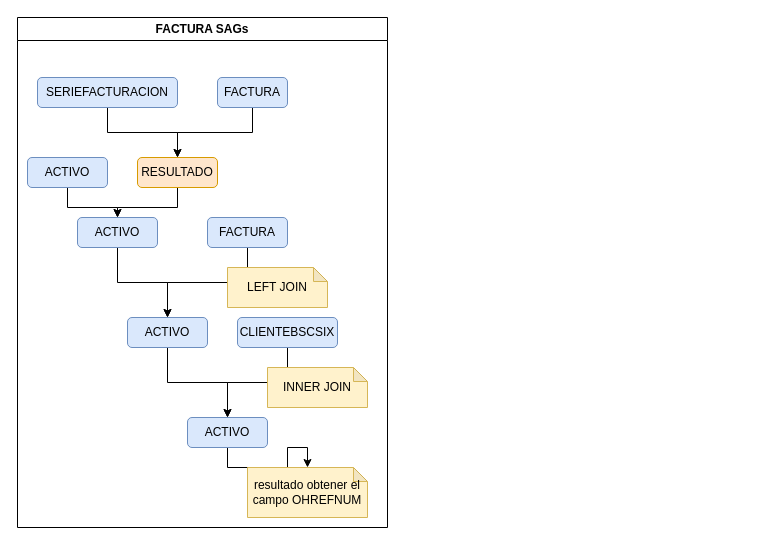
Before: factura-sags.drawio in carlsromec/procesos-diagramas, a draw.io diagram. Source tidied: cells renumbered, new cells numbered last; positions are measured from the earlier drawing's top-left corner, leaving out a move shared by most shapes. Both pictures are drawn from the tidied source at 100%, with x=0, y=0 at pixel (17, 17).
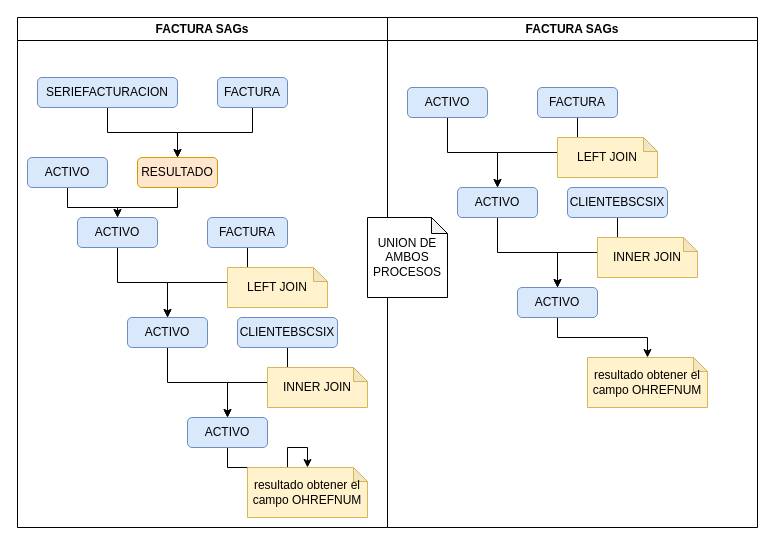
The same page after the edit.

Change to the diagram source:
```diff
@@
+    <mxCell id="24" value="FACTURA SAGs" style="swimlane;whiteSpace=wrap;html=1;" parent="1" vertex="1">
+      <mxGeometry x="370" width="370" height="510" as="geometry" />
+    </mxCell>
+    <mxCell id="25" style="edgeStyle=orthogonalEdgeStyle;rounded=0;jettySize=auto;html=1;entryX=0.5;entryY=0;entryDx=0;entryDy=0;" parent="24" edge="1" source="26" target="30">
+      <mxGeometry relative="1" as="geometry" />
+    </mxCell>
+    <mxCell id="26" value="FACTURA" style="rounded=1;whiteSpace=wrap;html=1;fillColor=#dae8fc;strokeColor=#6c8ebf;" parent="24" vertex="1">
+      <mxGeometry x="150" y="70" width="80" height="30" as="geometry" />
+    </mxCell>
+    <mxCell id="27" style="edgeStyle=orthogonalEdgeStyle;rounded=0;jettySize=auto;html=1;entryX=0.5;entryY=0;entryDx=0;entryDy=0;" parent="24" edge="1" source="28" target="30">
+      <mxGeometry relative="1" as="geometry" />
+    </mxCell>
+    <mxCell id="28" value="ACTIVO" style="rounded=1;whiteSpace=wrap;html=1;fillColor=#dae8fc;strokeColor=#6c8ebf;" parent="24" vertex="1">
+      <mxGeometry x="20" y="70" width="80" height="30" as="geometry" />
+    </mxCell>
+    <mxCell id="29" style="edgeStyle=orthogonalEdgeStyle;rounded=0;jettySize=auto;html=1;entryX=0.5;entryY=0;entryDx=0;entryDy=0;" parent="24" edge="1" source="30" target="35">
+      <mxGeometry relative="1" as="geometry" />
+    </mxCell>
+    <mxCell id="30" value="ACTIVO" style="rounded=1;whiteSpace=wrap;html=1;fillColor=#dae8fc;strokeColor=#6c8ebf;" parent="24" vertex="1">
+      <mxGeometry x="70" y="170" width="80" height="30" as="geometry" />
+    </mxCell>
+    <mxCell id="31" style="edgeStyle=orthogonalEdgeStyle;rounded=0;jettySize=auto;html=1;entryX=0.5;entryY=0;entryDx=0;entryDy=0;" parent="24" edge="1" source="32" target="35">
+      <mxGeometry relative="1" as="geometry" />
+    </mxCell>
+    <mxCell id="32" value="CLIENTEBSCSIX" style="rounded=1;whiteSpace=wrap;html=1;fillColor=#dae8fc;strokeColor=#6c8ebf;" parent="24" vertex="1">
+      <mxGeometry x="180" y="170" width="100" height="30" as="geometry" />
+    </mxCell>
+    <mxCell id="33" value="LEFT JOIN" style="shape=note;whiteSpace=wrap;html=1;backgroundOutline=1;darkOpacity=0.05;size=14;fillColor=#fff2cc;strokeColor=#d6b656;" parent="24" vertex="1">
+      <mxGeometry x="170" y="120" width="100" height="40" as="geometry" />
+    </mxCell>
+    <mxCell id="34" style="edgeStyle=orthogonalEdgeStyle;rounded=0;jettySize=auto;html=1;" parent="24" edge="1" source="35" target="37">
+      <mxGeometry relative="1" as="geometry" />
+    </mxCell>
+    <mxCell id="35" value="ACTIVO" style="rounded=1;whiteSpace=wrap;html=1;fillColor=#dae8fc;strokeColor=#6c8ebf;" parent="24" vertex="1">
+      <mxGeometry x="130" y="270" width="80" height="30" as="geometry" />
+    </mxCell>
+    <mxCell id="36" value="INNER JOIN" style="shape=note;whiteSpace=wrap;html=1;backgroundOutline=1;darkOpacity=0.05;size=14;fillColor=#fff2cc;strokeColor=#d6b656;" parent="24" vertex="1">
+      <mxGeometry x="210" y="220" width="100" height="40" as="geometry" />
+    </mxCell>
+    <mxCell id="37" value="resultado obtener el campo&amp;nbsp;OHREFNUM" style="shape=note;whiteSpace=wrap;html=1;backgroundOutline=1;darkOpacity=0.05;size=14;fillColor=#fff2cc;strokeColor=#d6b656;" parent="24" vertex="1">
+      <mxGeometry x="200" y="340" width="120" height="50" as="geometry" />
+    </mxCell>
+    <mxCell id="38" value="UNION DE AMBOS PROCESOS" style="shape=note;whiteSpace=wrap;html=1;backgroundOutline=1;darkOpacity=0.05;size=16;" parent="24" vertex="1">
+      <mxGeometry x="-20" y="200" width="80" height="80" as="geometry" />
+    </mxCell>
```
